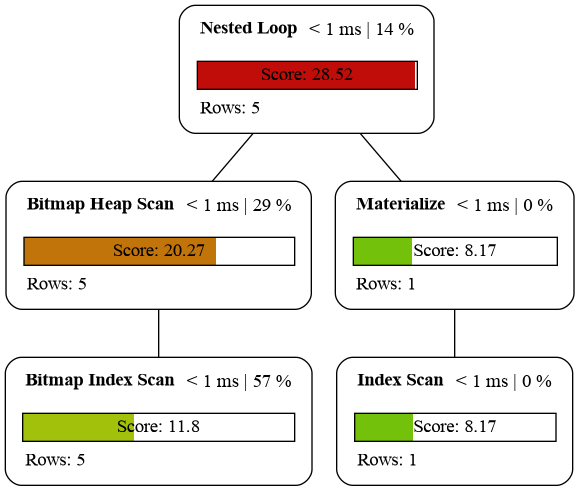
Before: examples/plan_1.png, a diagram exported from Graphviz (sanpii/explain). Its source is kept beside it as examples/plan_1.dot.
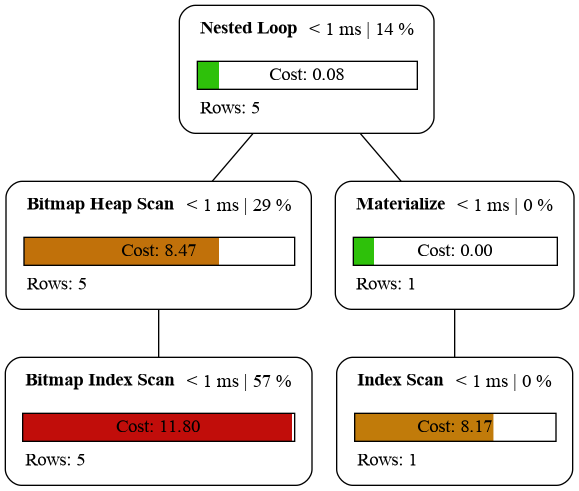
Later version of the same file.

Change to the diagram source:
```diff
@@ -1,9 +1,9 @@
 graph explain {
-    node0[label=<<table border="0" cellborder="0" cellspacing="5"><tr><td align="left"><b>Nested Loop</b></td><td>&lt; 1 ms | 14 %</td></tr><tr><td colspan="2" align="left"></td></tr><tr><td colspan="2" border="1" bgcolor="#c10d0a;0.99:white">Score: 28.52</td></tr><tr><td colspan="2" align="left">Rows: 5</td></tr></table>>][style="rounded"][shape="box"];
-    node1[label=<<table border="0" cellborder="0" cellspacing="5"><tr><td align="left"><b>Bitmap Heap Scan</b></td><td>&lt; 1 ms | 29 %</td></tr><tr><td colspan="2" align="left"></td></tr><tr><td colspan="2" border="1" bgcolor="#c1740a;0.71:white">Score: 20.27</td></tr><tr><td colspan="2" align="left">Rows: 5</td></tr></table>>][style="rounded"][shape="box"];
-    node2[label=<<table border="0" cellborder="0" cellspacing="5"><tr><td align="left"><b>Bitmap Index Scan</b></td><td>&lt; 1 ms | 57 %</td></tr><tr><td colspan="2" align="left"></td></tr><tr><td colspan="2" border="1" bgcolor="#a2c10a;0.41:white">Score: 11.8</td></tr><tr><td colspan="2" align="left">Rows: 5</td></tr></table>>][style="rounded"][shape="box"];
-    node3[label=<<table border="0" cellborder="0" cellspacing="5"><tr><td align="left"><b>Materialize</b></td><td>&lt; 1 ms | 0 %</td></tr><tr><td colspan="2" align="left"></td></tr><tr><td colspan="2" border="1" bgcolor="#73c10a;0.29:white">Score: 8.17</td></tr><tr><td colspan="2" align="left">Rows: 1</td></tr></table>>][style="rounded"][shape="box"];
-    node4[label=<<table border="0" cellborder="0" cellspacing="5"><tr><td align="left"><b>Index Scan</b></td><td>&lt; 1 ms | 0 %</td></tr><tr><td colspan="2" align="left"></td></tr><tr><td colspan="2" border="1" bgcolor="#73c10a;0.29:white">Score: 8.17</td></tr><tr><td colspan="2" align="left">Rows: 1</td></tr></table>>][style="rounded"][shape="box"];
+    node0[label=<<table border="0" cellborder="0" cellspacing="5"><tr><td align="left"><b>Nested Loop</b></td><td>&lt; 1 ms | 14 %</td></tr><tr><td colspan="2" align="left"></td></tr><tr><td colspan="2" border="1" bgcolor="#2ec10a;0.10:white">Cost: 0.08</td></tr><tr><td colspan="2" align="left">Rows: 5</td></tr></table>>][style="rounded"][shape="box"];
+    node1[label=<<table border="0" cellborder="0" cellspacing="5"><tr><td align="left"><b>Bitmap Heap Scan</b></td><td>&lt; 1 ms | 29 %</td></tr><tr><td colspan="2" align="left"></td></tr><tr><td colspan="2" border="1" bgcolor="#c1710a;0.72:white">Cost: 8.47</td></tr><tr><td colspan="2" align="left">Rows: 5</td></tr></table>>][style="rounded"][shape="box"];
+    node2[label=<<table border="0" cellborder="0" cellspacing="5"><tr><td align="left"><b>Bitmap Index Scan</b></td><td>&lt; 1 ms | 57 %</td></tr><tr><td colspan="2" align="left"></td></tr><tr><td colspan="2" border="1" bgcolor="#c10d0a;0.99:white">Cost: 11.80</td></tr><tr><td colspan="2" align="left">Rows: 5</td></tr></table>>][style="rounded"][shape="box"];
+    node3[label=<<table border="0" cellborder="0" cellspacing="5"><tr><td align="left"><b>Materialize</b></td><td>&lt; 1 ms | 0 %</td></tr><tr><td colspan="2" align="left"></td></tr><tr><td colspan="2" border="1" bgcolor="#2ec10a;0.10:white">Cost: 0.00</td></tr><tr><td colspan="2" align="left">Rows: 1</td></tr></table>>][style="rounded"][shape="box"];
+    node4[label=<<table border="0" cellborder="0" cellspacing="5"><tr><td align="left"><b>Index Scan</b></td><td>&lt; 1 ms | 0 %</td></tr><tr><td colspan="2" align="left"></td></tr><tr><td colspan="2" border="1" bgcolor="#c17b0a;0.69:white">Cost: 8.17</td></tr><tr><td colspan="2" align="left">Rows: 1</td></tr></table>>][style="rounded"][shape="box"];
     node0 -- node1[label=""];
     node1 -- node2[label=""];
     node0 -- node3[label=""];
```
